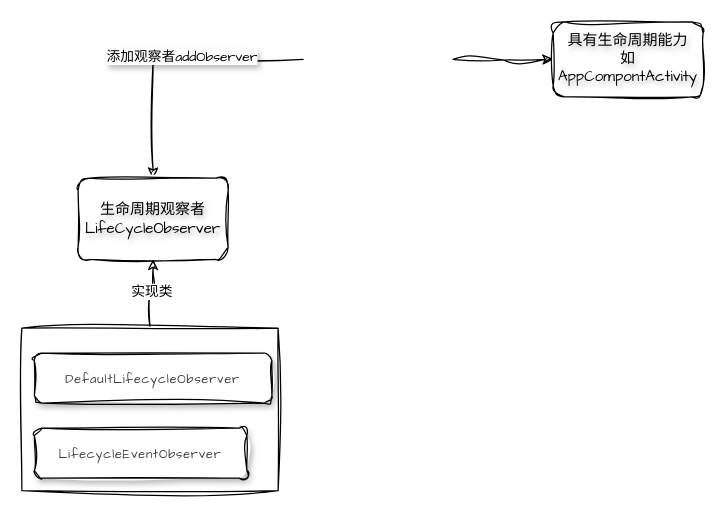
The draw.io diagram jetpack.drawio in EvanZch/draw.io, before the edit. Source tidied: cells renumbered, new cells numbered last; positions are measured from the earlier drawing's top-left corner, leaving out a move shared by most shapes. Both pictures are drawn from the tidied source at 125%, with x=0, y=0 at pixel (21, 21).
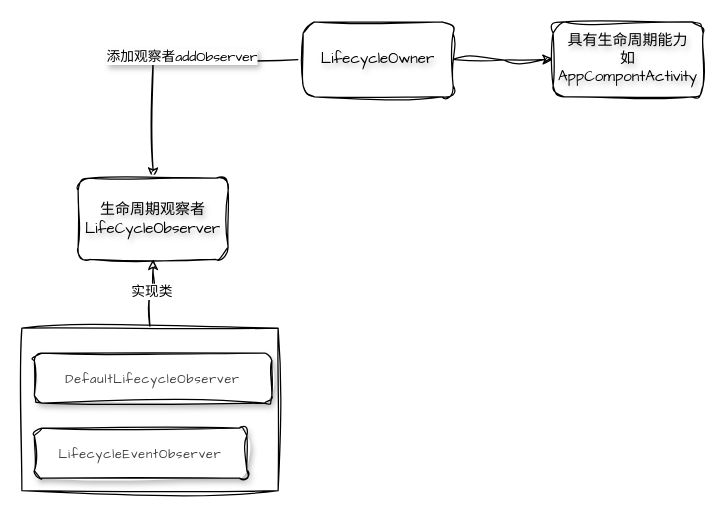
The same diagram, later.

Diff of the diagram source:
```diff
@@
 <mxGraphModel>
   <root>
     <mxCell id="0" />
     <mxCell id="1" parent="0" />
     <mxCell id="2" style="edgeStyle=orthogonalEdgeStyle;rounded=0;sketch=1;hachureGap=4;jiggle=2;curveFitting=1;jettySize=auto;html=1;fontFamily=Architects Daughter;textShadow=1;" parent="1" edge="1" target="6">
       <mxGeometry relative="1" as="geometry">
         <mxPoint x="345" y="30" as="sourcePoint" />
       </mxGeometry>
     </mxCell>
     <mxCell id="3" style="edgeStyle=orthogonalEdgeStyle;rounded=0;sketch=1;hachureGap=4;jiggle=2;curveFitting=1;jettySize=auto;html=1;exitX=0;exitY=0.5;exitDx=0;exitDy=0;entryX=0.5;entryY=0;entryDx=0;entryDy=0;fontFamily=Architects Daughter;textShadow=1;" parent="1" edge="1" target="5">
       <mxGeometry relative="1" as="geometry">
         <mxPoint x="225" y="30" as="sourcePoint" />
       </mxGeometry>
     </mxCell>
     <mxCell id="4" value="添加观察者addObserver" style="edgeLabel;html=1;align=center;verticalAlign=middle;sketch=1;hachureGap=4;jiggle=2;curveFitting=1;fontFamily=Architects Daughter;textShadow=1;" parent="3" vertex="1">
       <mxGeometry x="-0.1" y="-3" relative="1" as="geometry" />
     </mxCell>
     <mxCell id="5" value="生命周期观察者&lt;br&gt;LifeCycleObserver" style="rounded=1;whiteSpace=wrap;html=1;sketch=1;hachureGap=4;jiggle=2;curveFitting=1;fontFamily=Architects Daughter;textShadow=1;" parent="1" vertex="1">
       <mxGeometry x="45" y="125" width="120" height="65" as="geometry" />
     </mxCell>
     <mxCell id="6" value="具有生命周期能力&lt;br&gt;如AppCompontActivity" style="whiteSpace=wrap;html=1;fontFamily=Architects Daughter;rounded=1;sketch=1;hachureGap=4;jiggle=2;curveFitting=1;textShadow=1;" parent="1" vertex="1">
       <mxGeometry x="425" width="120" height="60" as="geometry" />
     </mxCell>
     <mxCell id="7" style="edgeStyle=orthogonalEdgeStyle;rounded=0;sketch=1;hachureGap=4;jiggle=2;curveFitting=1;jettySize=auto;html=1;exitX=0.5;exitY=0;exitDx=0;exitDy=0;entryX=0.5;entryY=1;entryDx=0;entryDy=0;fontFamily=Architects Daughter;" parent="1" edge="1" source="9" target="5">
       <mxGeometry relative="1" as="geometry" />
     </mxCell>
     <mxCell id="8" value="实现类" style="edgeLabel;html=1;align=center;verticalAlign=middle;sketch=1;hachureGap=4;jiggle=2;curveFitting=1;fontFamily=Architects Daughter;" parent="7" vertex="1">
       <mxGeometry x="0.13" y="2" relative="1" as="geometry" />
     </mxCell>
     <mxCell id="9" style="rounded=0;whiteSpace=wrap;html=1;sketch=1;hachureGap=4;jiggle=2;curveFitting=1;fontFamily=Architects Daughter;" parent="1" vertex="1">
       <mxGeometry y="245" width="205" height="130" as="geometry" />
     </mxCell>
     <mxCell id="10" value="&lt;span style=&quot;color: rgb(64, 64, 64); font-size: 10px; letter-spacing: 0.7px; text-align: start; white-space-collapse: preserve; background-color: rgb(255, 255, 255);&quot;&gt;&lt;font style=&quot;font-size: 10px;&quot; face=&quot;Comic Sans MS&quot;&gt;DefaultLifecycleObserver&lt;/font&gt;&lt;/span&gt;" style="rounded=1;whiteSpace=wrap;html=1;sketch=1;hachureGap=4;jiggle=2;curveFitting=1;fontFamily=Architects Daughter;textShadow=0;fontSize=10;shadow=1;" parent="1" vertex="1">
       <mxGeometry x="10" y="265" width="190" height="40" as="geometry" />
     </mxCell>
     <mxCell id="11" value="&lt;p style=&quot;font-size: 10px;&quot;&gt;&lt;span style=&quot;color: rgb(64, 64, 64); font-size: 10px; letter-spacing: 0.7px; text-align: start; white-space-collapse: preserve; background-color: rgb(255, 255, 255);&quot;&gt;&lt;font style=&quot;font-size: 10px;&quot; face=&quot;Comic Sans MS&quot;&gt;LifecycleEventObserver&lt;/font&gt;&lt;/span&gt;&lt;/p&gt;" style="rounded=1;whiteSpace=wrap;html=1;sketch=1;hachureGap=4;jiggle=2;curveFitting=1;fontFamily=Architects Daughter;textShadow=0;shadow=1;fontSize=10;" parent="1" vertex="1">
       <mxGeometry x="10" y="325" width="170" height="40" as="geometry" />
     </mxCell>
+    <mxCell id="12" value="LifecycleOwner" style="whiteSpace=wrap;html=1;fontFamily=Architects Daughter;rounded=1;sketch=1;hachureGap=4;jiggle=2;curveFitting=1;textShadow=1;" parent="1" vertex="1">
+      <mxGeometry x="225" width="120" height="60" as="geometry" />
+    </mxCell>
   </root>
 </mxGraphModel>
```
